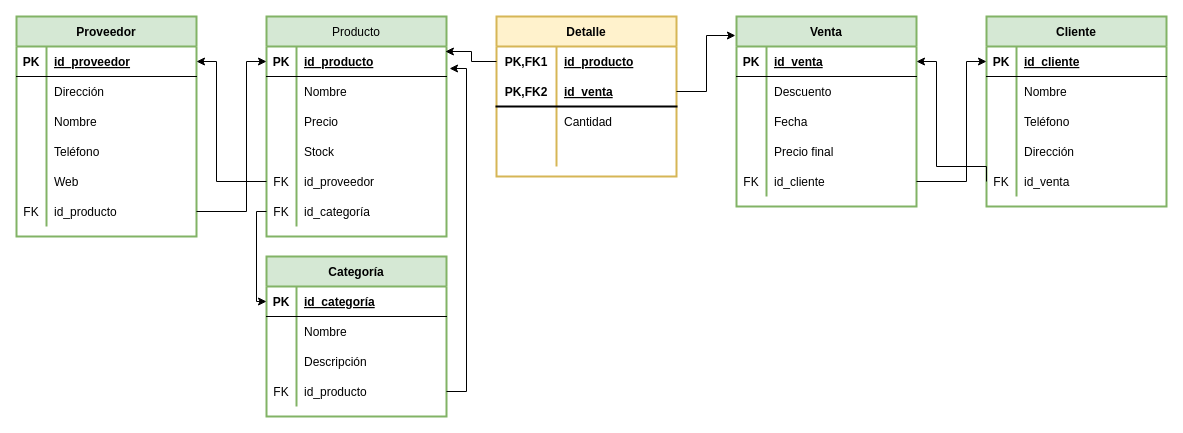
Before: Tablas/Tarea2.drawio in Carball04/Trabajos-E-R, a draw.io diagram. Source tidied: cells renumbered, new cells numbered last; positions are measured from the earlier drawing's top-left corner, leaving out a move shared by most shapes. Both pictures are drawn from the tidied source at 100%, with x=0, y=0 at pixel (16, 16).
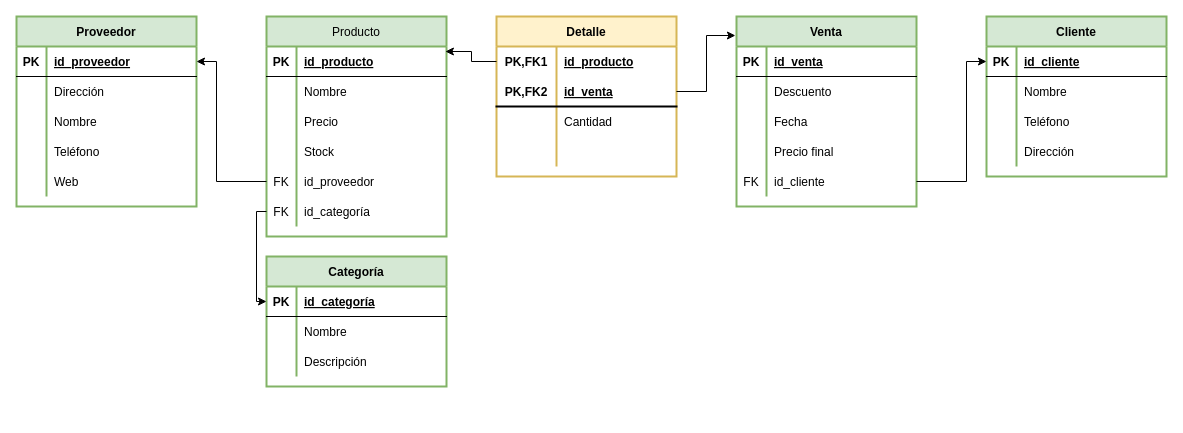
The same diagram, later.

The change refers to these unchanged cells:
```xml
<mxCell id="22" style="shape=tableRow;horizontal=0;startSize=0;swimlaneHead=0;swimlaneBody=0;fillColor=none;points=[[0,0.5],[1,0.5]];portConstraint=eastwest;top=0;left=0;right=0;bottom=1;" parent="21" vertex="1">
  <mxGeometry y="30" width="180" height="30" as="geometry" />
</mxCell>
<mxCell id="56" style="shape=tableRow;horizontal=0;startSize=0;swimlaneHead=0;swimlaneBody=0;fillColor=none;points=[[0,0.5],[1,0.5]];portConstraint=eastwest;top=0;left=0;right=0;bottom=1;" parent="55" vertex="1">
  <mxGeometry y="30" width="180" height="30" as="geometry" />
</mxCell>
```

What changed in the source:
```diff
@@
     <mxCell id="2" value="Proveedor" style="shape=table;startSize=30;childLayout=tableLayout;rowLines=0;fontStyle=1;align=center;fillColor=#d5e8d4;strokeColor=#82b366;strokeWidth=2;" parent="1" vertex="1">
-      <mxGeometry width="180" height="220" as="geometry" />
+      <mxGeometry width="180" height="190" as="geometry" />
     </mxCell>
@@
-    <mxCell id="18" style="shape=tableRow;horizontal=0;startSize=0;swimlaneHead=0;swimlaneBody=0;fillColor=none;points=[[0,0.5],[1,0.5]];portConstraint=eastwest;top=0;left=0;right=0;bottom=0;strokeWidth=2;" parent="2" vertex="1">
-      <mxGeometry y="180" width="180" height="30" as="geometry" />
-    </mxCell>
-    <mxCell id="19" value="FK" style="shape=partialRectangle;fillColor=none;top=0;left=0;bottom=0;right=0;fontStyle=0;overflow=hidden;strokeWidth=2;" parent="18" vertex="1">
-      <mxGeometry width="30" height="30" as="geometry" />
-    </mxCell>
-    <mxCell id="20" value="id_producto" style="shape=partialRectangle;fillColor=none;top=0;left=0;bottom=0;right=0;align=left;spacingLeft=6;fontStyle=0;overflow=hidden;strokeWidth=2;" parent="18" vertex="1">
-      <mxGeometry x="30" width="150" height="30" as="geometry" />
-    </mxCell>
@@
-    <mxCell id="41" style="edgeStyle=orthogonalEdgeStyle;rounded=0;jettySize=auto;html=1;exitX=1;exitY=0.5;exitDx=0;exitDy=0;entryX=0;entryY=0.5;entryDx=0;entryDy=0;" parent="1" edge="1" source="18" target="22">
-      <mxGeometry relative="1" as="geometry">
-        <Array as="points">
-          <mxPoint x="230" y="195" />
-          <mxPoint x="230" y="45" />
-        </Array>
-      </mxGeometry>
-    </mxCell>
@@
     <mxCell id="73" value="Cliente" style="shape=table;startSize=30;childLayout=tableLayout;rowLines=0;fontStyle=1;align=center;fillColor=#d5e8d4;strokeColor=#82b366;strokeWidth=2;" parent="1" vertex="1">
-      <mxGeometry x="970" width="180" height="190" as="geometry" />
+      <mxGeometry x="970" width="180" height="160" as="geometry" />
     </mxCell>
@@
-    <mxCell id="86" style="shape=tableRow;horizontal=0;startSize=0;swimlaneHead=0;swimlaneBody=0;fillColor=none;points=[[0,0.5],[1,0.5]];portConstraint=eastwest;top=0;left=0;right=0;bottom=0;" parent="73" vertex="1">
-      <mxGeometry y="150" width="180" height="30" as="geometry" />
-    </mxCell>
-    <mxCell id="87" value="FK" style="shape=partialRectangle;fillColor=none;top=0;left=0;bottom=0;right=0;fontStyle=0;overflow=hidden;" parent="86" vertex="1">
-      <mxGeometry width="30" height="30" as="geometry" />
-    </mxCell>
-    <mxCell id="88" value="id_venta" style="shape=partialRectangle;fillColor=none;top=0;left=0;bottom=0;right=0;align=left;spacingLeft=6;fontStyle=0;overflow=hidden;" parent="86" vertex="1">
-      <mxGeometry x="30" width="150" height="30" as="geometry" />
-    </mxCell>
-    <mxCell id="89" style="edgeStyle=orthogonalEdgeStyle;rounded=0;jettySize=auto;html=1;exitX=0;exitY=0.5;exitDx=0;exitDy=0;entryX=1;entryY=0.5;entryDx=0;entryDy=0;" parent="1" edge="1" source="86" target="56">
-      <mxGeometry relative="1" as="geometry">
-        <Array as="points">
-          <mxPoint x="970" y="150" />
-          <mxPoint x="920" y="150" />
-          <mxPoint x="920" y="45" />
-        </Array>
-      </mxGeometry>
-    </mxCell>
@@
     <mxCell id="91" value="Categoría" style="shape=table;startSize=30;childLayout=tableLayout;rowLines=0;fontStyle=1;align=center;fillColor=#d5e8d4;strokeColor=#82b366;strokeWidth=2;" parent="1" vertex="1">
-      <mxGeometry x="250" y="240" width="180" height="160" as="geometry" />
+      <mxGeometry x="250" y="240" width="180" height="130" as="geometry" />
     </mxCell>
@@
-    <mxCell id="101" style="shape=tableRow;horizontal=0;startSize=0;swimlaneHead=0;swimlaneBody=0;fillColor=none;points=[[0,0.5],[1,0.5]];portConstraint=eastwest;top=0;left=0;right=0;bottom=0;strokeWidth=2;" parent="91" vertex="1">
-      <mxGeometry y="120" width="180" height="30" as="geometry" />
-    </mxCell>
-    <mxCell id="102" value="FK" style="shape=partialRectangle;fillColor=none;top=0;left=0;bottom=0;right=0;fontStyle=0;overflow=hidden;strokeWidth=2;" parent="101" vertex="1">
-      <mxGeometry width="30" height="30" as="geometry" />
-    </mxCell>
-    <mxCell id="103" value="id_producto" style="shape=partialRectangle;fillColor=none;top=0;left=0;bottom=0;right=0;align=left;spacingLeft=6;fontStyle=0;overflow=hidden;strokeWidth=2;" parent="101" vertex="1">
-      <mxGeometry x="30" width="150" height="30" as="geometry" />
-    </mxCell>
@@
-    <mxCell id="105" style="edgeStyle=orthogonalEdgeStyle;rounded=0;jettySize=auto;html=1;exitX=1;exitY=0.5;exitDx=0;exitDy=0;entryX=1.017;entryY=0.733;entryDx=0;entryDy=0;entryPerimeter=0;" parent="1" edge="1" source="101" target="22">
-      <mxGeometry relative="1" as="geometry" />
-    </mxCell>
```
